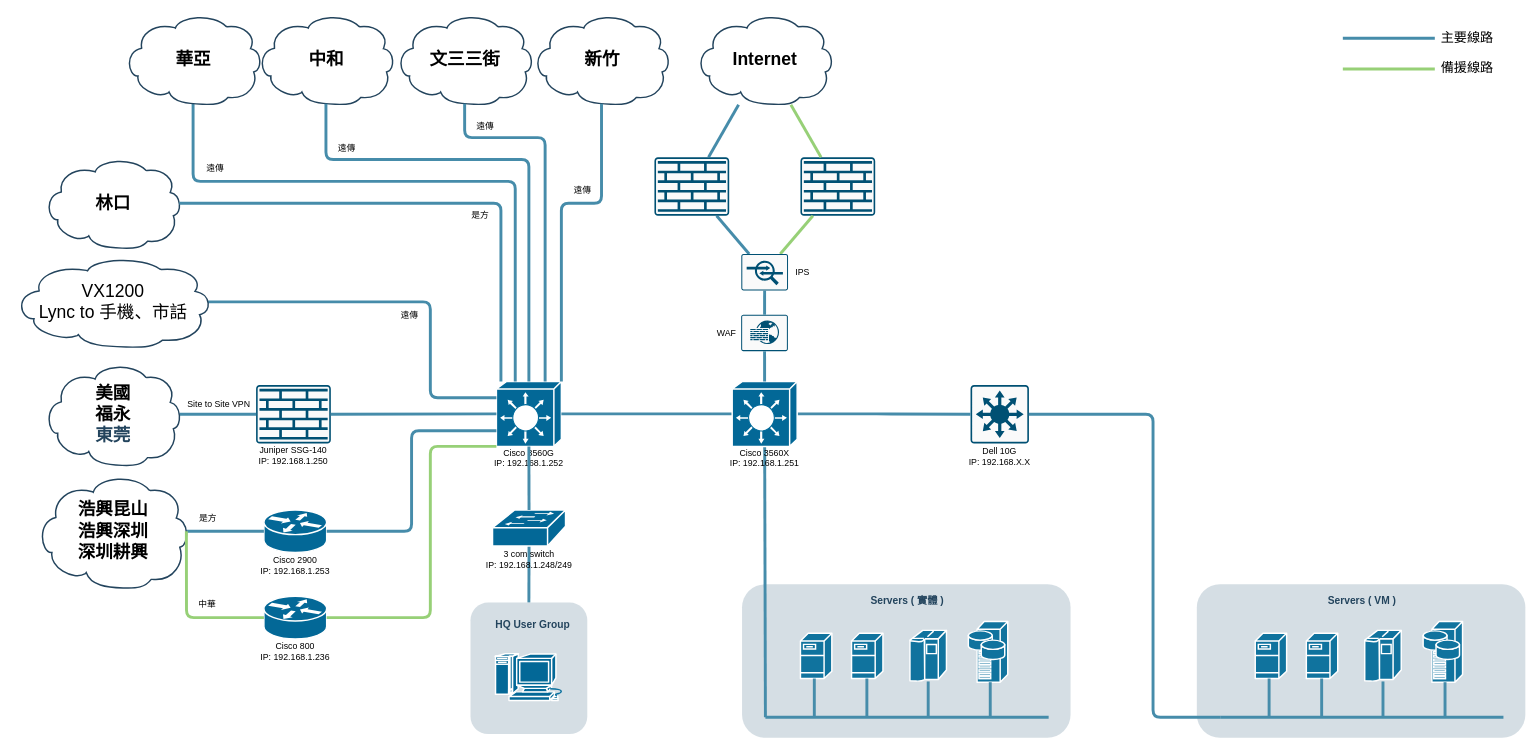
The draw.io diagram HQ-V3.drawio in KevinKuo2519/AI-Prpgram, before the edit. Source tidied: cells renumbered, new cells numbered last; positions are measured from the earlier drawing's top-left corner, leaving out a move shared by most shapes. Both pictures are drawn from the tidied source at 73%, with x=0, y=0 at pixel (13, 13).
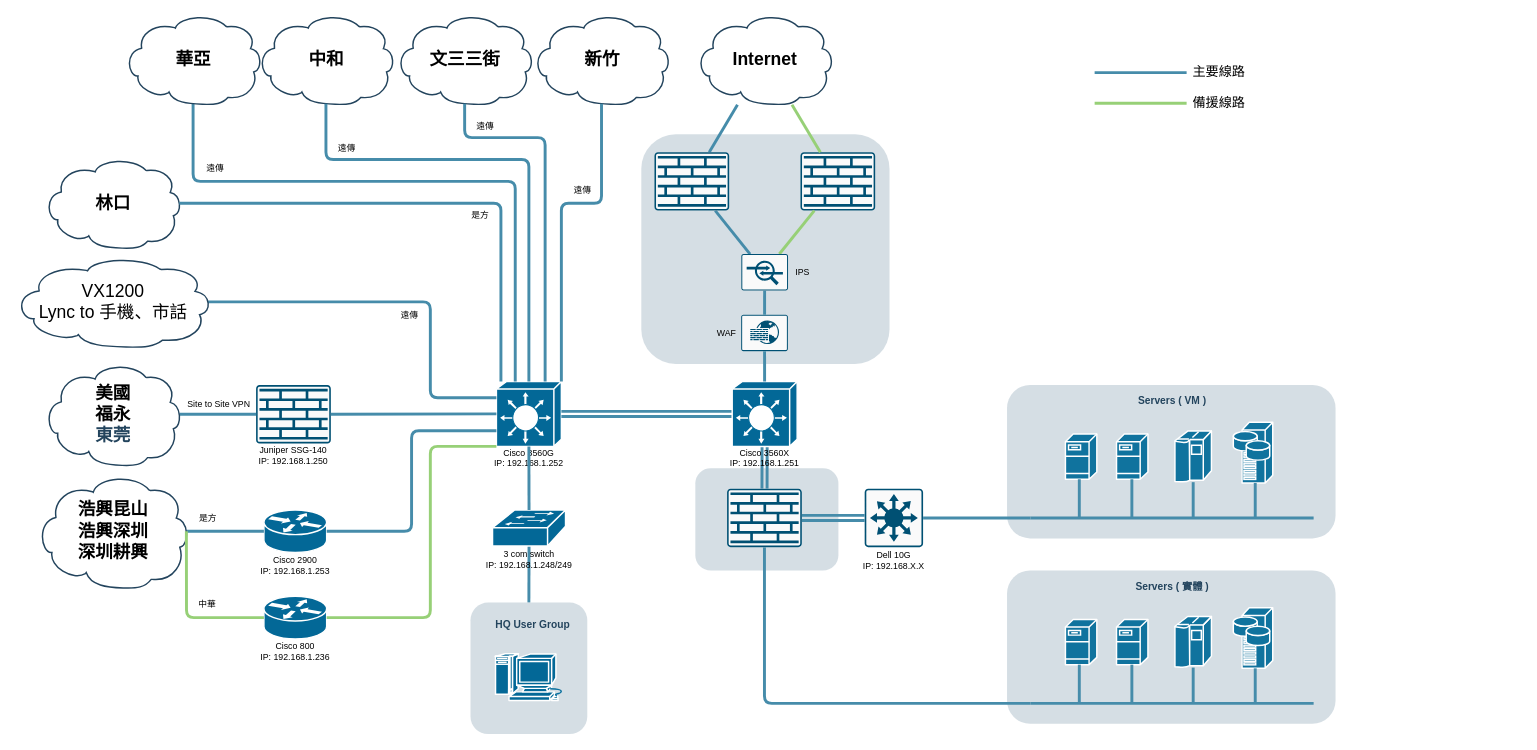
The same diagram, later.

The change refers to these unchanged cells:
```xml
<mxCell id="8" style="line;html=1;strokeColor=#468CAA;" parent="2" vertex="1">
  <mxGeometry x="32" y="177" width="388" height="10" as="geometry" />
</mxCell>
<mxCell id="19" style="shape=mxgraph.cisco.switches.layer_3_switch;sketch=0;html=1;dashed=0;fillColor=#036897;strokeColor=#ffffff;strokeWidth=2;verticalLabelPosition=bottom;verticalAlign=top;align=center;outlineConnect=0;points=[[0,0.25,0,0,0],[0,0.5,0,0,0],[0,0.76,0,0,0],[0,1,0,0,0],[0.07,0,0,0,0],[0.29,0,0,0,0],[0.5,0,0,0,0],[0.5,1,0,0,0],[0.75,0,0,0,0],[0.95,0.94,0,0,0],[1,0,0,0,0],[1,0.5,0,0,0]];" parent="18" vertex="1">
  <mxGeometry x="10.5" width="89" height="89" as="geometry" />
</mxCell>
<mxCell id="23" style="sketch=0;points=[[0.015,0.015,0],[0.985,0.015,0],[0.985,0.985,0],[0.015,0.985,0],[0.25,0,0],[0.5,0,0],[0.75,0,0],[1,0.25,0],[1,0.5,0],[1,0.75,0],[0.75,1,0],[0.5,1,0],[0.25,1,0],[0,0.75,0],[0,0.5,0],[0,0.25,0]];verticalLabelPosition=bottom;html=1;verticalAlign=top;align=center;shape=mxgraph.cisco19.rect;prIcon=l3_switch;fillColor=#FAFAFA;strokeColor=#005073;" parent="22" vertex="1">
  <mxGeometry x="5" width="80" height="80" as="geometry" />
</mxCell>
<mxCell id="41" style="line;html=1;strokeColor=#468CAA;" parent="35" vertex="1">
  <mxGeometry x="32" y="177" width="388" height="10" as="geometry" />
</mxCell>
<mxCell id="64" style="shape=mxgraph.cisco.switches.layer_3_switch;sketch=0;html=1;dashed=0;fillColor=#036897;strokeColor=#ffffff;strokeWidth=2;verticalLabelPosition=bottom;verticalAlign=top;align=center;outlineConnect=0;" parent="63" vertex="1">
  <mxGeometry x="10.5" width="89" height="89" as="geometry" />
</mxCell>
```

The edit, as a diff of the source:
```diff
@@
+    <mxCell id="108" style="rounded=1;whiteSpace=wrap;html=1;strokeColor=none;fillColor=#BAC8D3;fontSize=24;fontColor=#23445D;align=center;opacity=60;" parent="1" vertex="1">
+      <mxGeometry x="860" y="165.5" width="340" height="314.5" as="geometry" />
+    </mxCell>
+    <mxCell id="109" style="rounded=1;whiteSpace=wrap;html=1;strokeColor=none;fillColor=#BAC8D3;fontSize=24;fontColor=#23445D;align=center;opacity=60;" parent="1" vertex="1">
+      <mxGeometry x="934" y="622.8" width="196" height="140.2" as="geometry" />
+    </mxCell>
     <mxCell id="2" style="group;" parent="1" vertex="1">
-      <mxGeometry x="998" y="782" width="450" height="210" as="geometry" />
+      <mxGeometry x="1361" y="763" width="450" height="210" as="geometry" />
     </mxCell>
@@
     <mxCell id="22" style="group;" parent="1" vertex="1">
-      <mxGeometry x="1306" y="509" width="90" height="113" as="geometry" />
+      <mxGeometry x="1161" y="651" width="90" height="113" as="geometry" />
     </mxCell>
@@
-    <mxCell id="25" style="rounded=1;jettySize=auto;html=1;exitX=1;exitY=0.5;exitDx=0;exitDy=0;exitPerimeter=0;entryX=0;entryY=0.5;entryDx=0;entryDy=0;entryPerimeter=0;strokeWidth=4;strokeColor=#468CAA;endArrow=none;endFill=0;" parent="1" edge="1" source="19" target="64">
+    <mxCell id="25" style="rounded=1;jettySize=auto;html=1;exitX=1;exitY=0.5;exitDx=0;exitDy=0;exitPerimeter=0;entryX=0;entryY=0.5;entryDx=0;entryDy=0;entryPerimeter=0;strokeWidth=4;strokeColor=#468CAA;endArrow=none;endFill=0;shape=link;" parent="1" edge="1" source="19" target="64">
       <mxGeometry relative="1" as="geometry" />
     </mxCell>
-    <mxCell id="26" style="edgeStyle=orthogonalEdgeStyle;rounded=1;jettySize=auto;html=1;exitX=1;exitY=0.5;exitDx=0;exitDy=0;exitPerimeter=0;entryX=0;entryY=0.5;entryDx=0;entryDy=0;entryPerimeter=0;strokeColor=#468CAA;strokeWidth=4;endArrow=none;endFill=0;" parent="1" edge="1" source="64" target="23">
+    <mxCell id="26" style="rounded=1;jettySize=auto;html=1;entryX=0;entryY=0.5;entryDx=0;entryDy=0;entryPerimeter=0;strokeColor=#468CAA;strokeWidth=4;endArrow=none;endFill=0;shape=link;" parent="1" edge="1" source="111" target="23">
       <mxGeometry relative="1" as="geometry" />
     </mxCell>
@@
     <mxCell id="35" style="group;" parent="1" vertex="1">
-      <mxGeometry x="1621" y="782" width="450" height="210" as="geometry" />
+      <mxGeometry x="1361" y="509" width="450" height="210" as="geometry" />
     </mxCell>
@@
-    <mxCell id="47" style="rounded=1;jettySize=auto;html=1;exitX=1;exitY=0.5;exitDx=0;exitDy=0;exitPerimeter=0;entryX=0;entryY=0.5;entryDx=0;entryDy=0;entryPerimeter=0;strokeWidth=4;strokeColor=#468CAA;edgeStyle=orthogonalEdgeStyle;endArrow=none;endFill=0;" parent="1" edge="1" source="23" target="41">
-      <mxGeometry relative="1" as="geometry">
-        <Array as="points">
-          <mxPoint x="1561" y="549" />
-          <mxPoint x="1561" y="964" />
-        </Array>
-      </mxGeometry>
+    <mxCell id="47" style="rounded=1;jettySize=auto;html=1;entryX=0;entryY=0.5;entryDx=0;entryDy=0;entryPerimeter=0;strokeWidth=4;strokeColor=#468CAA;edgeStyle=orthogonalEdgeStyle;endArrow=none;endFill=0;" parent="1" edge="1" source="23" target="41">
+      <mxGeometry relative="1" as="geometry" />
     </mxCell>
@@
-    <mxCell id="52" style="rounded=1;jettySize=auto;html=1;exitX=0;exitY=0.5;exitDx=0;exitDy=0;exitPerimeter=0;entryX=0.5;entryY=1;entryDx=0;entryDy=0;entryPerimeter=0;strokeColor=#468CAA;strokeWidth=4;endArrow=none;endFill=0;" parent="1" edge="1" source="8" target="64">
+    <mxCell id="52" style="rounded=1;jettySize=auto;html=1;strokeColor=#468CAA;strokeWidth=4;endArrow=none;endFill=0;shape=link;" parent="1" edge="1" source="111" target="64">
       <mxGeometry relative="1" as="geometry" />
     </mxCell>
@@
     <mxCell id="74" style="group;" parent="1" vertex="1">
-      <mxGeometry x="1821" y="55" width="220" height="40" as="geometry" />
+      <mxGeometry x="1481" y="102" width="220" height="40" as="geometry" />
     </mxCell>
@@
     <mxCell id="77" style="group;" parent="1" vertex="1">
-      <mxGeometry x="1821" y="13" width="220" height="40" as="geometry" />
+      <mxGeometry x="1481" y="60" width="220" height="40" as="geometry" />
     </mxCell>
@@
     <mxCell id="96" style="sketch=0;points=[[0.015,0.015,0],[0.985,0.015,0],[0.985,0.985,0],[0.015,0.985,0],[0.25,0,0],[0.5,0,0],[0.75,0,0],[1,0.25,0],[1,0.5,0],[1,0.75,0],[0.75,1,0],[0.5,1,0],[0.25,1,0],[0,0.75,0],[0,0.5,0],[0,0.25,0]];verticalLabelPosition=bottom;html=1;verticalAlign=top;align=center;shape=mxgraph.cisco19.rect;prIcon=firewall;fillColor=#FAFAFA;strokeColor=#005073;" parent="1" vertex="1">
-      <mxGeometry x="878" y="197" width="102.4" height="80" as="geometry" />
+      <mxGeometry x="878" y="190" width="102.4" height="80" as="geometry" />
     </mxCell>
     <mxCell id="97" style="sketch=0;points=[[0.015,0.015,0],[0.985,0.015,0],[0.985,0.985,0],[0.015,0.985,0],[0.25,0,0],[0.5,0,0],[0.75,0,0],[1,0.25,0],[1,0.5,0],[1,0.75,0],[0.75,1,0],[0.5,1,0],[0.25,1,0],[0,0.75,0],[0,0.5,0],[0,0.25,0]];verticalLabelPosition=bottom;html=1;verticalAlign=top;align=center;shape=mxgraph.cisco19.rect;prIcon=firewall;fillColor=#FAFAFA;strokeColor=#005073;" parent="1" vertex="1">
-      <mxGeometry x="1078" y="197" width="102.4" height="80" as="geometry" />
+      <mxGeometry x="1078" y="190" width="102.4" height="80" as="geometry" />
     </mxCell>
@@
+    <mxCell id="110" style="rounded=1;jettySize=auto;html=1;exitX=0;exitY=0.5;exitDx=0;exitDy=0;exitPerimeter=0;strokeColor=#468CAA;strokeWidth=4;endArrow=none;endFill=0;edgeStyle=orthogonalEdgeStyle;" parent="1" edge="1" source="8" target="111">
+      <mxGeometry relative="1" as="geometry" />
+    </mxCell>
+    <mxCell id="111" style="sketch=0;points=[[0.015,0.015,0],[0.985,0.015,0],[0.985,0.985,0],[0.015,0.985,0],[0.25,0,0],[0.5,0,0],[0.75,0,0],[1,0.25,0],[1,0.5,0],[1,0.75,0],[0.75,1,0],[0.5,1,0],[0.25,1,0],[0,0.75,0],[0,0.5,0],[0,0.25,0]];verticalLabelPosition=bottom;html=1;verticalAlign=top;align=center;shape=mxgraph.cisco19.rect;prIcon=firewall;fillColor=#FAFAFA;strokeColor=#005073;" parent="1" vertex="1">
+      <mxGeometry x="977.5" y="651" width="102.4" height="80" as="geometry" />
+    </mxCell>
```
